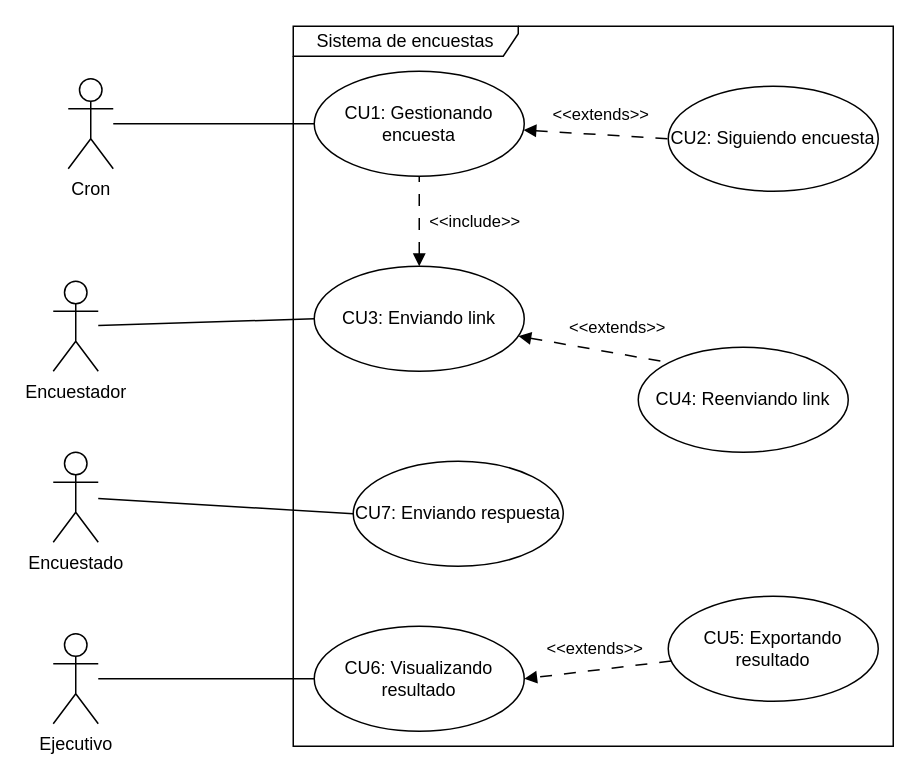
Earlier version of the draw.io diagram analisis-de-sistemas/TPI Analisis de Sistemas.drawio (repocdlf/actividades-up). Source tidied: cells renumbered, new cells numbered last; positions are measured from the earlier drawing's top-left corner, leaving out a move shared by most shapes. Both pictures are drawn from the tidied source at 150%, with x=0, y=0 at pixel (52, 26).
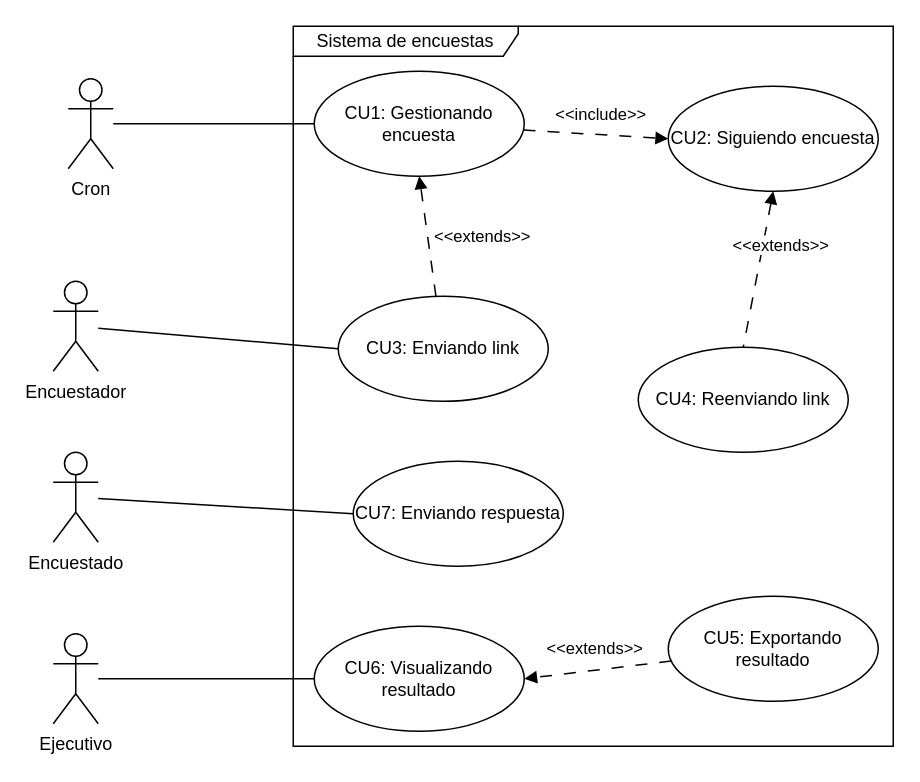
The same diagram, later.

Unchanged cells that the change refers to:
```xml
<mxCell id="5" value="CU1: Gestionando encuesta" style="ellipse;whiteSpace=wrap;html=1;" parent="1" vertex="1">
  <mxGeometry x="174" y="30" width="140" height="70" as="geometry" />
</mxCell>
<mxCell id="6" value="CU2: Siguiendo encuesta" style="ellipse;whiteSpace=wrap;html=1;" parent="1" vertex="1">
  <mxGeometry x="410" y="40" width="140" height="70" as="geometry" />
</mxCell>
<mxCell id="12" value="CU4: Reenviando link" style="ellipse;whiteSpace=wrap;html=1;" parent="1" vertex="1">
  <mxGeometry x="390" y="214" width="140" height="70" as="geometry" />
</mxCell>
```

The edit, as a diff of the source:
```diff
@@
-    <mxCell id="3" style="rounded=0;jettySize=auto;html=1;entryX=0;entryY=0.5;entryDx=0;entryDy=0;dashed=1;dashPattern=8 8;endArrow=none;endFill=0;startArrow=block;startFill=1;" parent="1" edge="1" source="5" target="6">
+    <mxCell id="3" style="rounded=0;jettySize=auto;html=1;entryX=0;entryY=0.5;entryDx=0;entryDy=0;dashed=1;dashPattern=8 8;endArrow=block;endFill=1;startArrow=none;startFill=0;" parent="1" edge="1" source="5" target="6">
       <mxGeometry relative="1" as="geometry" />
     </mxCell>
-    <mxCell id="4" value="&amp;lt;&amp;lt;extends&amp;gt;&amp;gt;" style="edgeLabel;html=1;align=center;verticalAlign=middle;" parent="3" vertex="1">
+    <mxCell id="4" value="&amp;lt;&amp;lt;include&amp;gt;&amp;gt;" style="edgeLabel;html=1;align=center;verticalAlign=middle;" parent="3" vertex="1">
       <mxGeometry x="-0.16" y="2" relative="1" as="geometry">
         <mxPoint x="10" y="-11" as="offset" />
       </mxGeometry>
     </mxCell>
@@
-    <mxCell id="7" style="edgeStyle=orthogonalEdgeStyle;rounded=0;jettySize=auto;html=1;entryX=0.5;entryY=1;entryDx=0;entryDy=0;endArrow=none;endFill=0;dashed=1;dashPattern=8 8;startArrow=block;startFill=1;" parent="1" edge="1" source="11" target="5">
+    <mxCell id="7" style="rounded=0;jettySize=auto;html=1;entryX=0.5;entryY=1;entryDx=0;entryDy=0;endArrow=block;endFill=1;dashed=1;dashPattern=8 8;startArrow=none;startFill=0;" parent="1" edge="1" source="11" target="5">
       <mxGeometry relative="1" as="geometry" />
     </mxCell>
-    <mxCell id="8" value="&amp;lt;&amp;lt;include&amp;gt;&amp;gt;" style="edgeLabel;html=1;align=center;verticalAlign=middle;" parent="7" vertex="1">
+    <mxCell id="8" value="&amp;lt;&amp;lt;extends&amp;gt;&amp;gt;" style="edgeLabel;html=1;align=center;verticalAlign=middle;" parent="7" vertex="1">
       <mxGeometry x="0.05" y="-3" relative="1" as="geometry">
         <mxPoint x="33" y="1" as="offset" />
       </mxGeometry>
     </mxCell>
-    <mxCell id="9" style="rounded=0;jettySize=auto;html=1;entryX=0;entryY=0;entryDx=0;entryDy=0;dashed=1;dashPattern=8 8;endArrow=none;endFill=0;startArrow=block;startFill=1;" parent="1" edge="1" source="11" target="12">
+    <mxCell id="9" style="rounded=0;jettySize=auto;html=1;entryX=0.5;entryY=0;entryDx=0;entryDy=0;dashed=1;dashPattern=8 8;endArrow=none;endFill=0;startArrow=block;startFill=1;exitX=0.5;exitY=1;exitDx=0;exitDy=0;" parent="1" edge="1" source="6" target="12">
       <mxGeometry relative="1" as="geometry" />
     </mxCell>
@@
     <mxCell id="11" value="CU3: Enviando link" style="ellipse;whiteSpace=wrap;html=1;" parent="1" vertex="1">
-      <mxGeometry x="174" y="160" width="140" height="70" as="geometry" />
+      <mxGeometry x="190" y="180" width="140" height="70" as="geometry" />
     </mxCell>
```
